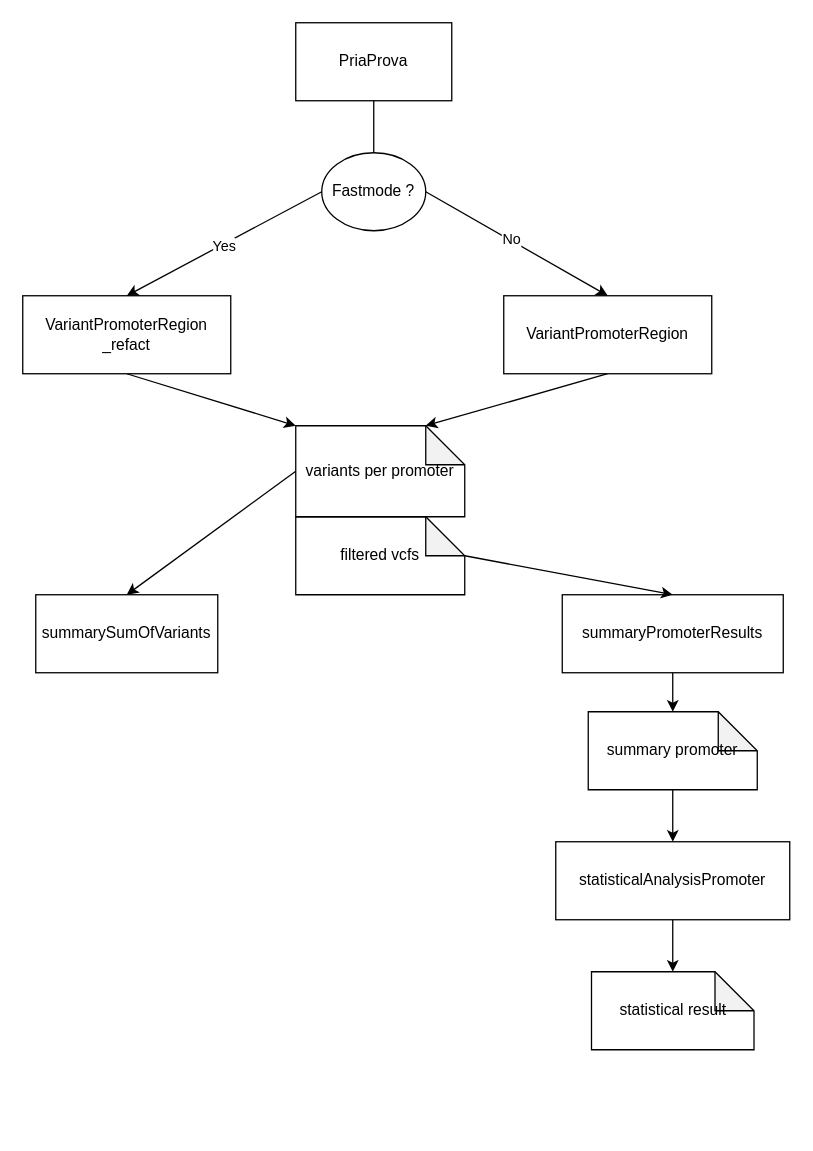
MartinKahabka/ClIntKahabka keeps this draw.io diagram as promoter/structure.drawio. Above is the earlier version. Source tidied: cells renumbered, new cells numbered last; positions are measured from the earlier drawing's top-left corner, leaving out a move shared by most shapes. Both pictures are drawn from the tidied source at 130%, with x=0, y=0 at pixel (22, 22).
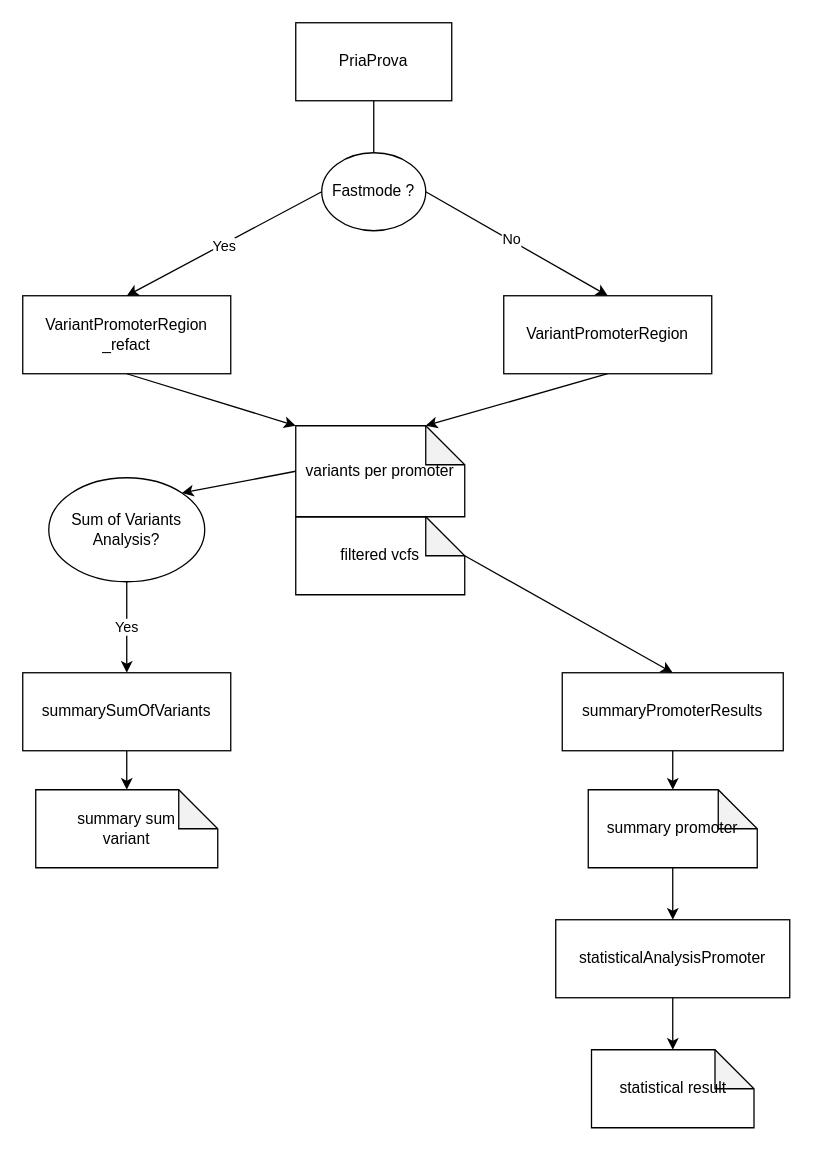
Above is the later version.

The change refers to these unchanged cells:
```xml
<mxCell id="24" value="variants per promoter" style="shape=note;whiteSpace=wrap;html=1;backgroundOutline=1;darkOpacity=0.05;" parent="1" vertex="1">
  <mxGeometry x="210" y="310" width="130" height="70" as="geometry" />
</mxCell>
```

The edit, as a diff of the source:
```diff
@@
     <mxCell id="5" value="summaryPromoterResults" style="rounded=0;whiteSpace=wrap;html=1;" parent="1" vertex="1">
-      <mxGeometry x="415" y="440" width="170" height="60" as="geometry" />
+      <mxGeometry x="415" y="500" width="170" height="60" as="geometry" />
     </mxCell>
@@
     <mxCell id="7" value="statisticalAnalysisPromoter" style="rounded=0;whiteSpace=wrap;html=1;" parent="1" vertex="1">
-      <mxGeometry x="410" y="630" width="180" height="60" as="geometry" />
+      <mxGeometry x="410" y="690" width="180" height="60" as="geometry" />
     </mxCell>
@@
     <mxCell id="20" value="summary promoter" style="shape=note;whiteSpace=wrap;html=1;backgroundOutline=1;darkOpacity=0.05;" parent="1" vertex="1">
-      <mxGeometry x="435" y="530" width="130" height="60" as="geometry" />
+      <mxGeometry x="435" y="590" width="130" height="60" as="geometry" />
     </mxCell>
     <mxCell id="21" value="statistical result" style="shape=note;whiteSpace=wrap;html=1;backgroundOutline=1;darkOpacity=0.05;" parent="1" vertex="1">
-      <mxGeometry x="437.5" y="730" width="125" height="60" as="geometry" />
+      <mxGeometry x="437.5" y="790" width="125" height="60" as="geometry" />
     </mxCell>
+    <mxCell id="25" style="edgeStyle=none;html=1;exitX=0.5;exitY=1;exitDx=0;exitDy=0;entryX=0.5;entryY=0;entryDx=0;entryDy=0;entryPerimeter=0;" parent="1" edge="1" source="22" target="29">
+      <mxGeometry relative="1" as="geometry" />
+    </mxCell>
     <mxCell id="22" value="summarySumOfVariants" style="whiteSpace=wrap;html=1;" parent="1" vertex="1">
-      <mxGeometry x="10" y="440" width="140" height="60" as="geometry" />
+      <mxGeometry y="500" width="160" height="60" as="geometry" />
     </mxCell>
-    <mxCell id="23" style="edgeStyle=none;html=1;exitX=0;exitY=0.5;exitDx=0;exitDy=0;exitPerimeter=0;entryX=0.5;entryY=0;entryDx=0;entryDy=0;" parent="1" edge="1" source="24" target="22">
-      <mxGeometry relative="1" as="geometry" />
-    </mxCell>
+    <mxCell id="26" style="edgeStyle=none;html=1;exitX=0;exitY=0.5;exitDx=0;exitDy=0;exitPerimeter=0;entryX=1;entryY=0;entryDx=0;entryDy=0;" parent="1" edge="1" source="24" target="28">
+      <mxGeometry relative="1" as="geometry" />
+    </mxCell>
@@
+    <mxCell id="27" value="Yes" style="edgeStyle=none;html=1;exitX=0.5;exitY=1;exitDx=0;exitDy=0;entryX=0.5;entryY=0;entryDx=0;entryDy=0;" parent="1" edge="1" source="28" target="22">
+      <mxGeometry relative="1" as="geometry" />
+    </mxCell>
+    <mxCell id="28" value="Sum of Variants&lt;br&gt;Analysis?" style="ellipse;whiteSpace=wrap;html=1;" parent="1" vertex="1">
+      <mxGeometry x="20" y="350" width="120" height="80" as="geometry" />
+    </mxCell>
+    <mxCell id="29" value="summary sum&lt;br&gt;variant" style="shape=note;whiteSpace=wrap;html=1;backgroundOutline=1;darkOpacity=0.05;" parent="1" vertex="1">
+      <mxGeometry x="10" y="590" width="140" height="60" as="geometry" />
+    </mxCell>
```
